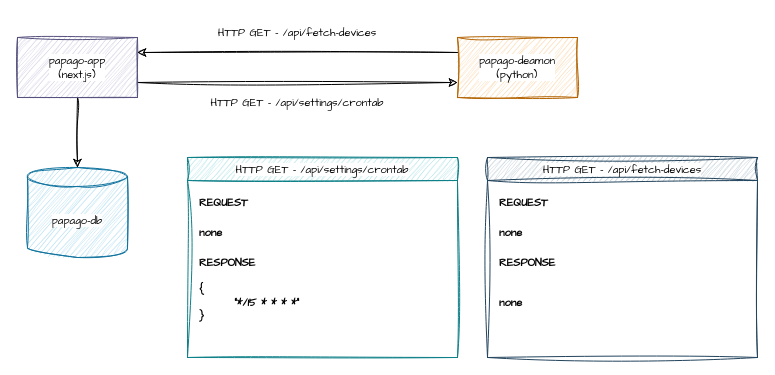
Above: page "deamon-detail" (3 of 5) of .github/assets/papago.drawio in Smegfi/papago (draw.io), before the change. Source tidied: cells renumbered, new cells numbered last; positions are measured from the earlier drawing's top-left corner, leaving out a move shared by most shapes. Both pictures are drawn from the tidied source at 100%, with x=0, y=0 at pixel (17, 17).
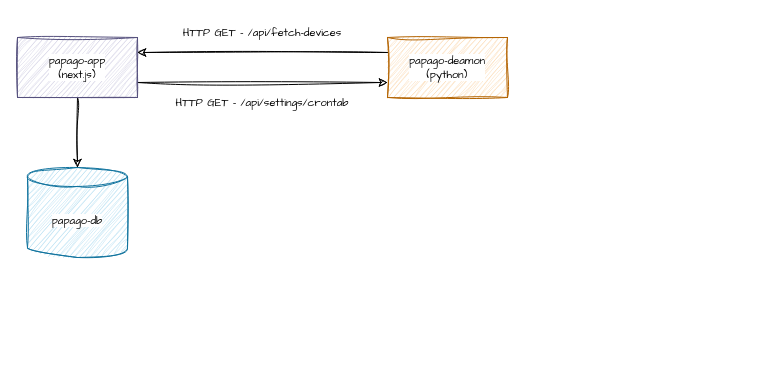
The same page after the edit.

The edit, as a diff of the source:
```diff
@@
 <mxGraphModel>
   <root>
     <mxCell id="0" />
     <mxCell id="1" parent="0" />
     <mxCell id="2" style="edgeStyle=none;shape=connector;rounded=0;sketch=1;hachureGap=4;jiggle=2;curveFitting=1;jettySize=auto;html=1;strokeColor=default;align=center;verticalAlign=middle;fontFamily=Architects Daughter;fontSize=11;fontColor=default;labelBackgroundColor=default;endArrow=classic;" parent="1" edge="1" source="4" target="7">
       <mxGeometry relative="1" as="geometry" />
     </mxCell>
     <mxCell id="3" style="edgeStyle=none;shape=connector;rounded=0;sketch=1;hachureGap=4;jiggle=2;curveFitting=1;jettySize=auto;html=1;exitX=1;exitY=0.75;exitDx=0;exitDy=0;entryX=0;entryY=0.75;entryDx=0;entryDy=0;strokeColor=default;align=center;verticalAlign=middle;fontFamily=Architects Daughter;fontSize=11;fontColor=default;labelBackgroundColor=default;endArrow=classic;" parent="1" edge="1" source="4" target="6">
       <mxGeometry relative="1" as="geometry" />
     </mxCell>
     <mxCell id="4" value="papago-app&lt;div&gt;(next.js)&lt;/div&gt;" style="rounded=0;whiteSpace=wrap;html=1;sketch=1;hachureGap=4;jiggle=2;curveFitting=1;fontFamily=Architects Daughter;fontSize=11;labelBackgroundColor=default;fillColor=#d0cee2;strokeColor=#56517e;" parent="1" vertex="1">
       <mxGeometry y="20" width="120" height="60" as="geometry" />
     </mxCell>
     <mxCell id="5" style="edgeStyle=none;shape=connector;rounded=0;sketch=1;hachureGap=4;jiggle=2;curveFitting=1;jettySize=auto;html=1;exitX=0;exitY=0.25;exitDx=0;exitDy=0;entryX=1;entryY=0.25;entryDx=0;entryDy=0;strokeColor=default;align=center;verticalAlign=middle;fontFamily=Architects Daughter;fontSize=11;fontColor=default;labelBackgroundColor=default;endArrow=classic;" parent="1" edge="1" source="6" target="4">
       <mxGeometry relative="1" as="geometry" />
     </mxCell>
     <mxCell id="6" value="papago-deamon&lt;div&gt;(python)&lt;/div&gt;" style="rounded=0;whiteSpace=wrap;html=1;sketch=1;hachureGap=4;jiggle=2;curveFitting=1;fontFamily=Architects Daughter;fontSize=11;labelBackgroundColor=default;fillColor=#fad7ac;strokeColor=#b46504;" parent="1" vertex="1">
-      <mxGeometry x="440" y="20" width="120" height="60" as="geometry" />
+      <mxGeometry x="370" y="20" width="120" height="60" as="geometry" />
     </mxCell>
     <mxCell id="7" value="papago-db" style="shape=cylinder3;whiteSpace=wrap;html=1;boundedLbl=1;backgroundOutline=1;size=9.48484848484857;sketch=1;hachureGap=4;jiggle=2;curveFitting=1;fontFamily=Architects Daughter;fontSize=11;labelBackgroundColor=default;fillColor=#b1ddf0;strokeColor=#10739e;" parent="1" vertex="1">
       <mxGeometry x="10" y="150" width="100" height="90" as="geometry" />
     </mxCell>
     <mxCell id="8" value="HTTP GET - /api/settings/crontab" style="text;html=1;align=center;verticalAlign=middle;whiteSpace=wrap;rounded=0;fontFamily=Architects Daughter;fontSize=11;fontColor=default;labelBackgroundColor=default;" parent="1" vertex="1">
-      <mxGeometry x="150" y="70" width="260" height="30" as="geometry" />
+      <mxGeometry x="120" y="70" width="250" height="30" as="geometry" />
     </mxCell>
     <mxCell id="9" value="HTTP GET - /api/fetch-devices" style="text;html=1;align=center;verticalAlign=middle;whiteSpace=wrap;rounded=0;fontFamily=Architects Daughter;fontSize=11;fontColor=default;labelBackgroundColor=default;" parent="1" vertex="1">
-      <mxGeometry x="150" width="260" height="30" as="geometry" />
+      <mxGeometry x="120" width="250" height="30" as="geometry" />
     </mxCell>
-    <mxCell id="10" value="HTTP GET - /api/settings/crontab" style="swimlane;whiteSpace=wrap;html=1;sketch=1;hachureGap=4;jiggle=2;curveFitting=1;fontFamily=Architects Daughter;fontSize=11;labelBackgroundColor=default;fontStyle=0;fillColor=#b0e3e6;strokeColor=#0e8088;" parent="1" vertex="1">
-      <mxGeometry x="170" y="140" width="270" height="200" as="geometry" />
-    </mxCell>
-    <mxCell id="11" value="&lt;b&gt;REQUEST&lt;/b&gt;" style="text;html=1;align=left;verticalAlign=middle;whiteSpace=wrap;rounded=0;fontFamily=Architects Daughter;fontSize=11;fontColor=default;labelBackgroundColor=default;" parent="10" vertex="1">
-      <mxGeometry x="10" y="30" width="250" height="30" as="geometry" />
-    </mxCell>
-    <mxCell id="12" value="&lt;b&gt;RESPONSE&lt;/b&gt;" style="text;html=1;align=left;verticalAlign=middle;whiteSpace=wrap;rounded=0;fontFamily=Architects Daughter;fontSize=11;fontColor=default;labelBackgroundColor=default;" parent="10" vertex="1">
-      <mxGeometry x="10" y="90" width="250" height="30" as="geometry" />
-    </mxCell>
-    <mxCell id="13" value="&lt;b&gt;{&lt;/b&gt;&lt;div&gt;&lt;b&gt;&lt;span style=&quot;white-space: pre;&quot;&gt;&#9;&lt;/span&gt;&quot;*/15 * * * *&quot;&lt;br&gt;&lt;/b&gt;&lt;/div&gt;&lt;div&gt;&lt;b&gt;}&lt;/b&gt;&lt;/div&gt;" style="text;html=1;align=left;verticalAlign=middle;whiteSpace=wrap;rounded=0;fontFamily=Architects Daughter;fontSize=11;fontColor=default;labelBackgroundColor=default;" parent="10" vertex="1">
-      <mxGeometry x="10" y="120" width="250" height="50" as="geometry" />
-    </mxCell>
-    <mxCell id="14" value="&lt;b&gt;none&lt;/b&gt;" style="text;html=1;align=left;verticalAlign=middle;whiteSpace=wrap;rounded=0;fontFamily=Architects Daughter;fontSize=11;fontColor=default;labelBackgroundColor=default;" parent="10" vertex="1">
-      <mxGeometry x="10" y="60" width="250" height="30" as="geometry" />
-    </mxCell>
-    <mxCell id="15" value="HTTP GET - /api/fetch-devices" style="swimlane;whiteSpace=wrap;html=1;sketch=1;hachureGap=4;jiggle=2;curveFitting=1;fontFamily=Architects Daughter;fontSize=11;labelBackgroundColor=default;fontStyle=0;fillColor=#bac8d3;strokeColor=#23445d;" parent="1" vertex="1">
-      <mxGeometry x="470" y="140" width="270" height="200" as="geometry" />
-    </mxCell>
-    <mxCell id="16" value="&lt;b&gt;REQUEST&lt;/b&gt;" style="text;html=1;align=left;verticalAlign=middle;whiteSpace=wrap;rounded=0;fontFamily=Architects Daughter;fontSize=11;fontColor=default;labelBackgroundColor=default;" parent="15" vertex="1">
-      <mxGeometry x="10" y="30" width="250" height="30" as="geometry" />
-    </mxCell>
-    <mxCell id="17" value="&lt;b&gt;RESPONSE&lt;/b&gt;" style="text;html=1;align=left;verticalAlign=middle;whiteSpace=wrap;rounded=0;fontFamily=Architects Daughter;fontSize=11;fontColor=default;labelBackgroundColor=default;" parent="15" vertex="1">
-      <mxGeometry x="10" y="90" width="250" height="30" as="geometry" />
-    </mxCell>
-    <mxCell id="18" value="&lt;b&gt;none&lt;/b&gt;" style="text;html=1;align=left;verticalAlign=middle;whiteSpace=wrap;rounded=0;fontFamily=Architects Daughter;fontSize=11;fontColor=default;labelBackgroundColor=default;" parent="15" vertex="1">
-      <mxGeometry x="10" y="120" width="250" height="50" as="geometry" />
-    </mxCell>
-    <mxCell id="19" value="&lt;b&gt;none&lt;/b&gt;" style="text;html=1;align=left;verticalAlign=middle;whiteSpace=wrap;rounded=0;fontFamily=Architects Daughter;fontSize=11;fontColor=default;labelBackgroundColor=default;" parent="15" vertex="1">
-      <mxGeometry x="10" y="60" width="250" height="30" as="geometry" />
-    </mxCell>
   </root>
 </mxGraphModel>
```
